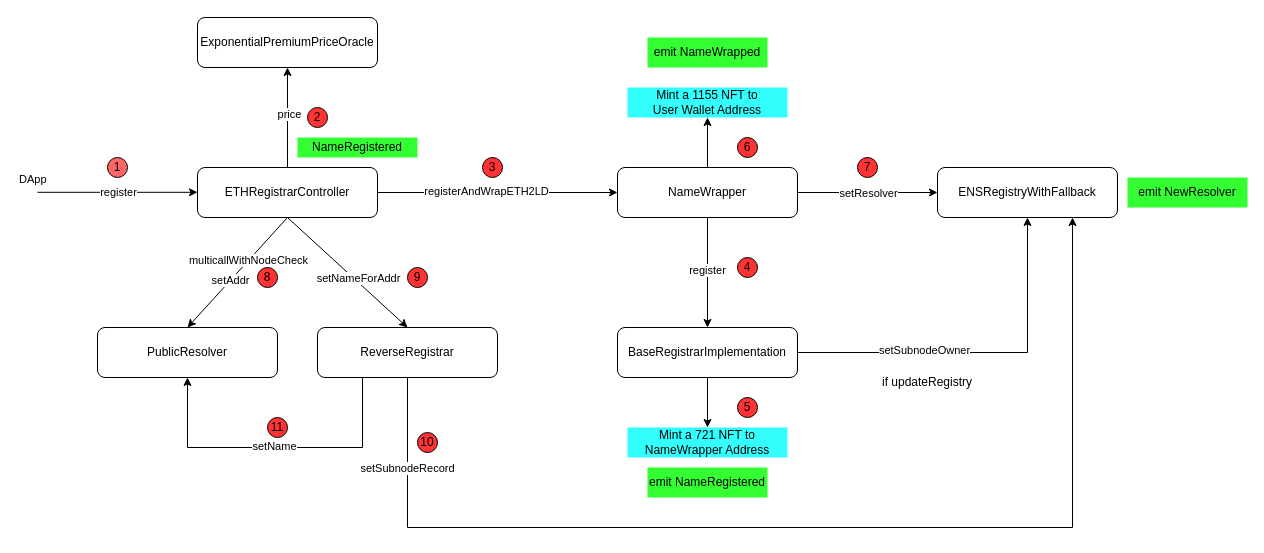
The draw.io diagram page "ens" (4 of 5) of outdoor.drawio in jxu86/project-uml, before the edit. Source tidied: cells renumbered, new cells numbered last; positions are measured from the earlier drawing's top-left corner, leaving out a move shared by most shapes. Both pictures are drawn from the tidied source at 100%, with x=0, y=0 at pixel (37, 17).
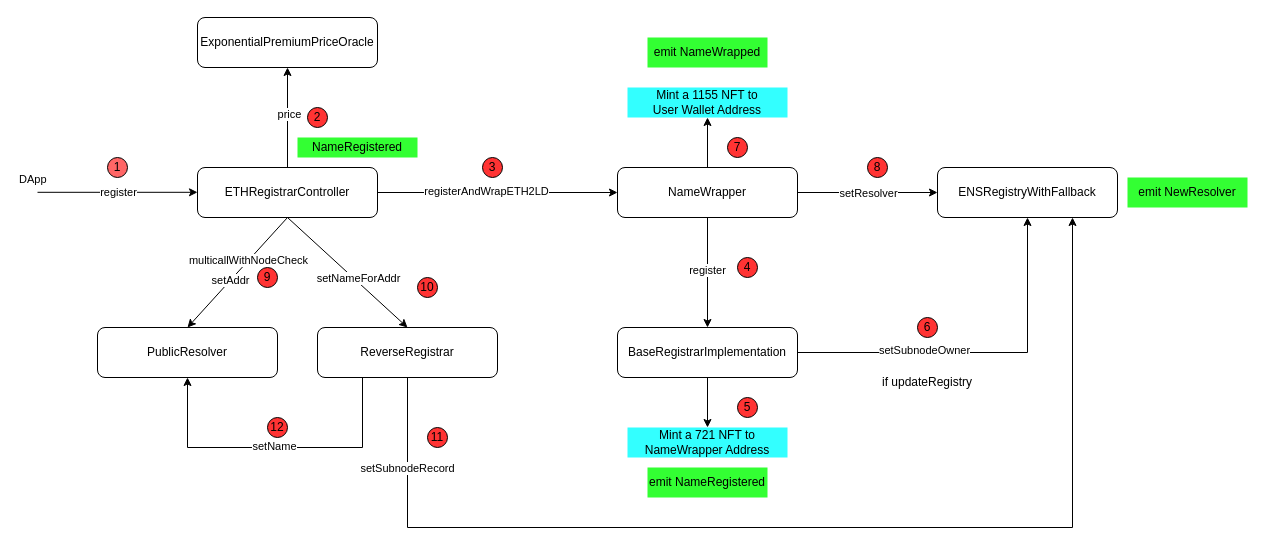
The same page after the edit.

Change to the diagram source:
```diff
@@
     <mxCell id="42" value="6" style="ellipse;whiteSpace=wrap;html=1;fillColor=#FF3333;" parent="1" vertex="1">
-      <mxGeometry x="700" y="120" width="20" height="20" as="geometry" />
+      <mxGeometry x="880" y="300" width="20" height="20" as="geometry" />
     </mxCell>
@@
     <mxCell id="44" value="7" style="ellipse;whiteSpace=wrap;html=1;fillColor=#FF3333;" parent="1" vertex="1">
-      <mxGeometry x="820" y="140" width="20" height="20" as="geometry" />
+      <mxGeometry x="690" y="120" width="20" height="20" as="geometry" />
     </mxCell>
@@
     <mxCell id="46" value="8" style="ellipse;whiteSpace=wrap;html=1;fillColor=#FF3333;" parent="1" vertex="1">
-      <mxGeometry x="220" y="250" width="20" height="20" as="geometry" />
+      <mxGeometry x="830" y="140" width="20" height="20" as="geometry" />
     </mxCell>
     <mxCell id="47" value="9" style="ellipse;whiteSpace=wrap;html=1;fillColor=#FF3333;" parent="1" vertex="1">
-      <mxGeometry x="370" y="250" width="20" height="20" as="geometry" />
+      <mxGeometry x="220" y="250" width="20" height="20" as="geometry" />
     </mxCell>
@@
     <mxCell id="49" value="10" style="ellipse;whiteSpace=wrap;html=1;fillColor=#FF3333;" parent="1" vertex="1">
-      <mxGeometry x="380" y="415" width="20" height="20" as="geometry" />
+      <mxGeometry x="380" y="260" width="20" height="20" as="geometry" />
     </mxCell>
     <mxCell id="50" value="11" style="ellipse;whiteSpace=wrap;html=1;fillColor=#FF3333;" parent="1" vertex="1">
-      <mxGeometry x="230" y="400" width="20" height="20" as="geometry" />
+      <mxGeometry x="390" y="410" width="20" height="20" as="geometry" />
     </mxCell>
+    <mxCell id="51" value="12" style="ellipse;whiteSpace=wrap;html=1;fillColor=#FF3333;" parent="1" vertex="1">
+      <mxGeometry x="230" y="400" width="20" height="20" as="geometry" />
+    </mxCell>
```
